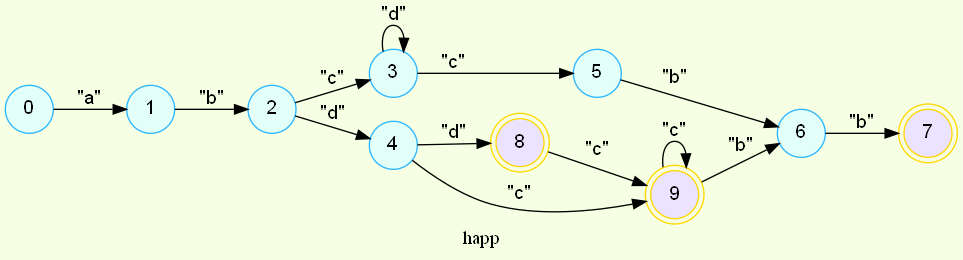
The Graphviz diagram AFD_202000119/happ.png in SergieArizandieta/OLC1-P1-202000119, before a commit. Its source is kept beside it as AFD_202000119/happ.dot.
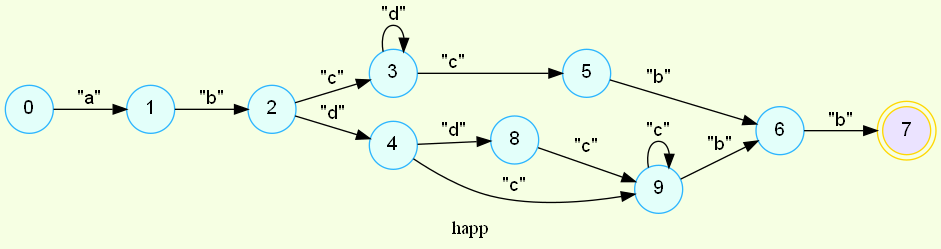
The same diagram one commit later.

The edit, as a diff of the source:
```diff
@@ -3,7 +3,7 @@
 	node [fontname="Helvetica,Arial,sans-serif" ]
 	edge [fontname="Helvetica,Arial,sans-serif"]
 	rankdir=LR;
-	node [shape = doublecircle, color = gold fillcolor="#EBE3FF" style =filled];7,8,9;
+	node [shape = doublecircle, color = gold fillcolor="#EBE3FF" style =filled];7;
 	node [shape = circle, color = "#2CB5FF" fillcolor="#E3FFFA" style =filled];
 
 0->1[label = "\"a\""];
```
